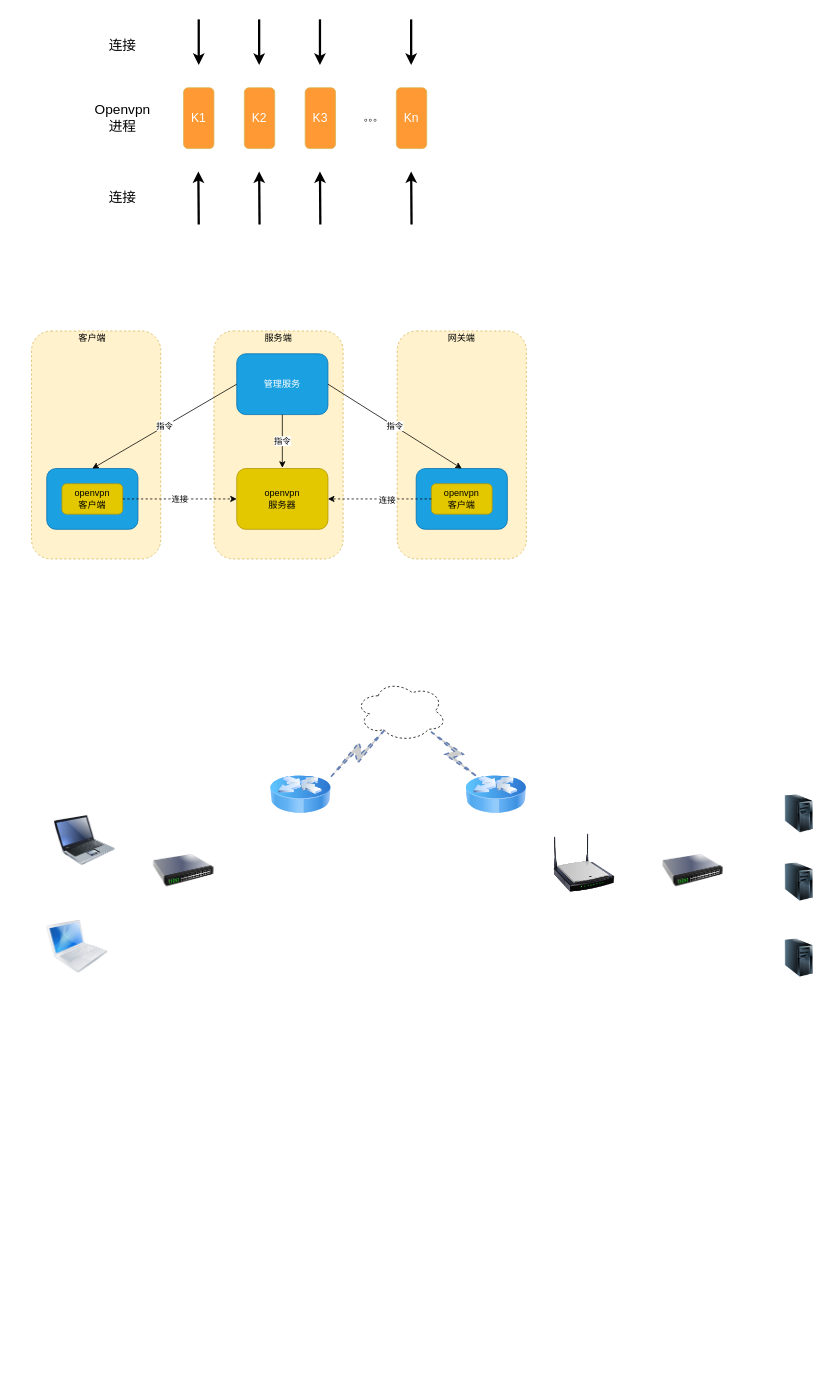
huhailong147/Test keeps this draw.io diagram as new device touch.drawio. Above is the earlier version. Source tidied: cells renumbered, new cells numbered last; positions are measured from the earlier drawing's top-left corner, leaving out a move shared by most shapes. Both pictures are drawn from the tidied source at 76%, with x=0, y=0 at pixel (31, 19).
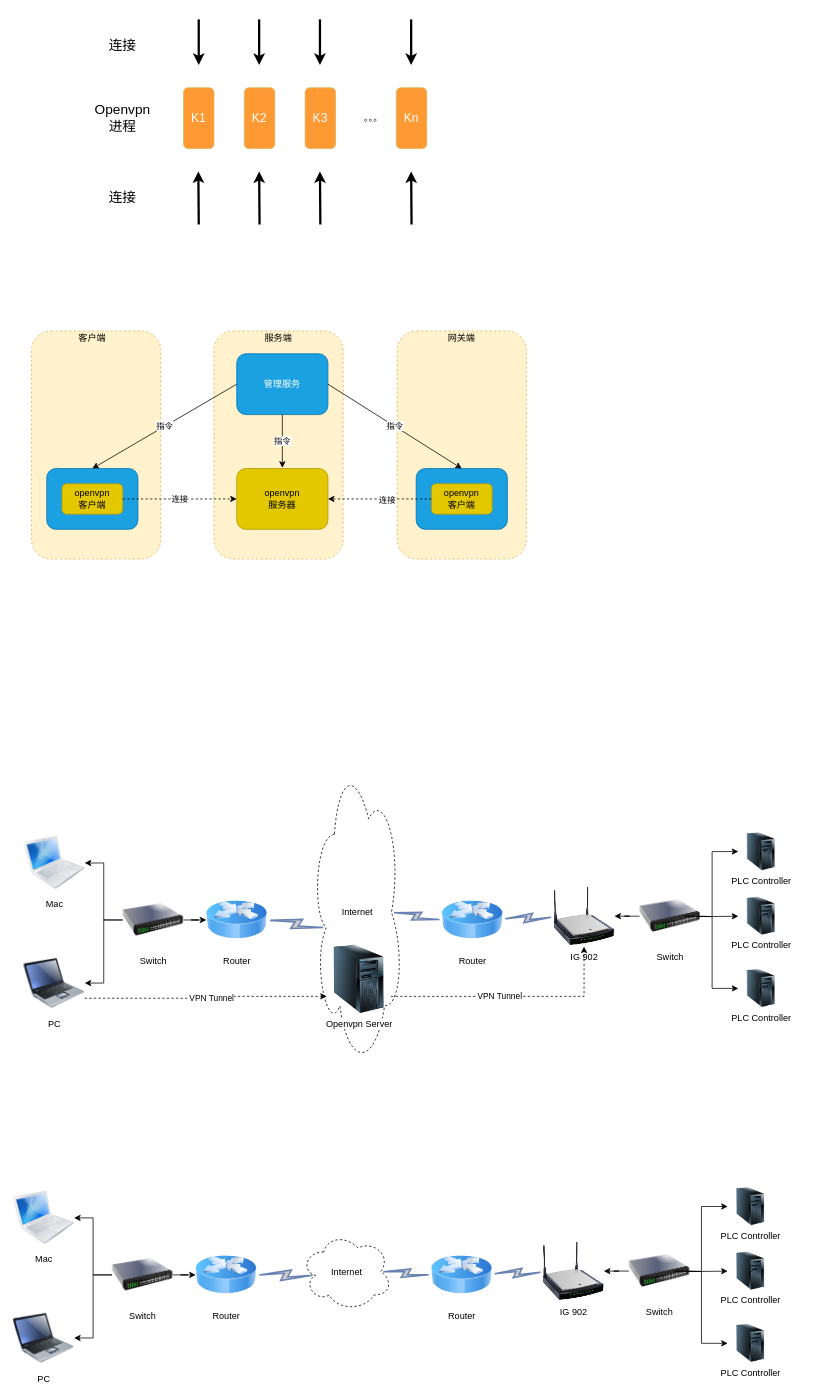
After the change.

The edit, as a diff of the source:
```diff
@@
+    <mxCell id="40" value="Internet" style="ellipse;shape=cloud;whiteSpace=wrap;html=1;dashed=1;fillColor=#FFFFFF;" parent="1" vertex="1">
+      <mxGeometry x="368.5" y="970" width="120" height="410" as="geometry" />
+    </mxCell>
@@
+    <mxCell id="49" style="edgeStyle=orthogonalEdgeStyle;rounded=0;jettySize=auto;html=1;strokeWidth=1;" parent="1" edge="1" source="36" target="39">
+      <mxGeometry relative="1" as="geometry" />
+    </mxCell>
+    <mxCell id="50" style="edgeStyle=orthogonalEdgeStyle;rounded=0;jettySize=auto;html=1;strokeWidth=1;" parent="1" edge="1" source="36" target="37">
+      <mxGeometry relative="1" as="geometry" />
+    </mxCell>
-    <mxCell id="36" style="image;html=1;image=img/lib/clip_art/networking/Switch_128x128.png;dashed=1;fillColor=#FFFFFF;" parent="1" vertex="1">
-      <mxGeometry x="160" y="1080" width="80" height="80" as="geometry" />
+    <mxCell id="36" value="Switch" style="image;html=1;image=img/lib/clip_art/networking/Switch_128x128.png;dashed=1;fillColor=#FFFFFF;" parent="1" vertex="1">
+      <mxGeometry x="120" y="1145" width="80" height="80" as="geometry" />
     </mxCell>
-    <mxCell id="37" style="image;html=1;image=img/lib/clip_art/networking/Router_Icon_128x128.png;dashed=1;fillColor=#FFFFFF;" parent="1" vertex="1">
-      <mxGeometry x="314" y="980" width="80" height="80" as="geometry" />
+    <mxCell id="37" value="Router" style="image;html=1;image=img/lib/clip_art/networking/Router_Icon_128x128.png;dashed=1;fillColor=#FFFFFF;" parent="1" vertex="1">
+      <mxGeometry x="230" y="1145" width="80" height="80" as="geometry" />
     </mxCell>
+    <mxCell id="51" style="edgeStyle=orthogonalEdgeStyle;rounded=0;jettySize=auto;html=1;entryX=0;entryY=0.75;entryDx=0;entryDy=0;dashed=1;strokeWidth=1;exitX=1;exitY=0.75;exitDx=0;exitDy=0;" parent="1" edge="1" source="38" target="63">
+      <mxGeometry relative="1" as="geometry" />
+    </mxCell>
+    <mxCell id="52" value="VPN Tunnel" style="edgeLabel;html=1;align=center;verticalAlign=middle;" parent="51" vertex="1">
+      <mxGeometry x="0.05" y="-1" relative="1" as="geometry">
+        <mxPoint y="1" as="offset" />
+      </mxGeometry>
+    </mxCell>
-    <mxCell id="38" style="image;html=1;image=img/lib/clip_art/computers/Laptop_128x128.png;dashed=1;fillColor=#FFFFFF;" parent="1" vertex="1">
-      <mxGeometry x="30" y="1040" width="80" height="80" as="geometry" />
+    <mxCell id="38" value="PC" style="image;html=1;image=img/lib/clip_art/computers/Laptop_128x128.png;dashed=1;fillColor=#FFFFFF;" parent="1" vertex="1">
+      <mxGeometry x="-10" y="1228" width="80" height="80" as="geometry" />
     </mxCell>
-    <mxCell id="39" style="image;html=1;image=img/lib/clip_art/computers/MacBook_128x128.png;dashed=1;fillColor=#FFFFFF;" parent="1" vertex="1">
-      <mxGeometry x="20" y="1180" width="80" height="80" as="geometry" />
+    <mxCell id="39" value="Mac" style="image;html=1;image=img/lib/clip_art/computers/MacBook_128x128.png;dashed=1;fillColor=#FFFFFF;" parent="1" vertex="1">
+      <mxGeometry x="-10" y="1070" width="80" height="80" as="geometry" />
     </mxCell>
-    <mxCell id="40" style="ellipse;shape=cloud;whiteSpace=wrap;html=1;dashed=1;fillColor=#FFFFFF;" parent="1" vertex="1">
-      <mxGeometry x="426.1" y="870" width="120" height="80" as="geometry" />
-    </mxCell>
-    <mxCell id="41" style="image;html=1;image=img/lib/clip_art/networking/Router_Icon_128x128.png;dashed=1;fillColor=#FFFFFF;" parent="1" vertex="1">
-      <mxGeometry x="571.1" y="980" width="80" height="80" as="geometry" />
+    <mxCell id="41" value="Router" style="image;html=1;image=img/lib/clip_art/networking/Router_Icon_128x128.png;dashed=1;fillColor=#FFFFFF;" parent="1" vertex="1">
+      <mxGeometry x="540" y="1145" width="80" height="80" as="geometry" />
     </mxCell>
-    <mxCell id="42" style="image;html=1;image=img/lib/clip_art/networking/Wireless_Router_N_128x128.png;dashed=1;fillColor=#FFFFFF;" parent="1" vertex="1">
-      <mxGeometry x="687" y="1070" width="80" height="80" as="geometry" />
+    <mxCell id="42" value="IG 902" style="image;html=1;image=img/lib/clip_art/networking/Wireless_Router_N_128x128.png;dashed=1;fillColor=#FFFFFF;" parent="1" vertex="1">
+      <mxGeometry x="687" y="1140" width="80" height="80" as="geometry" />
     </mxCell>
-    <mxCell id="43" style="image;html=1;image=img/lib/clip_art/computers/Server_Tower_128x128.png;dashed=1;fillColor=#FFFFFF;" parent="1" vertex="1">
-      <mxGeometry x="980" y="1020" width="60" height="50" as="geometry" />
+    <mxCell id="43" value="PLC Controller" style="image;html=1;image=img/lib/clip_art/computers/Server_Tower_128x128.png;dashed=1;fillColor=#FFFFFF;" parent="1" vertex="1">
+      <mxGeometry x="930" y="1070" width="60" height="50" as="geometry" />
     </mxCell>
+    <mxCell id="53" style="edgeStyle=orthogonalEdgeStyle;rounded=0;jettySize=auto;html=1;entryX=0;entryY=0.5;entryDx=0;entryDy=0;strokeWidth=1;" parent="1" edge="1" target="43">
+      <mxGeometry relative="1" as="geometry">
+        <mxPoint x="860" y="1180" as="sourcePoint" />
+      </mxGeometry>
+    </mxCell>
+    <mxCell id="54" style="edgeStyle=orthogonalEdgeStyle;rounded=0;jettySize=auto;html=1;entryX=1;entryY=0.5;entryDx=0;entryDy=0;strokeWidth=1;" parent="1" edge="1" source="44" target="42">
+      <mxGeometry relative="1" as="geometry" />
+    </mxCell>
-    <mxCell id="44" style="image;html=1;image=img/lib/clip_art/networking/Switch_128x128.png;dashed=1;fillColor=#FFFFFF;" parent="1" vertex="1">
-      <mxGeometry x="830" y="1080" width="80" height="80" as="geometry" />
+    <mxCell id="44" value="Switch" style="image;html=1;image=img/lib/clip_art/networking/Switch_128x128.png;dashed=1;fillColor=#FFFFFF;" parent="1" vertex="1">
+      <mxGeometry x="800" y="1140" width="80" height="80" as="geometry" />
     </mxCell>
-    <mxCell id="45" style="html=1;outlineConnect=0;fillColor=#CCCCCC;strokeColor=#6881B3;gradientColor=none;gradientDirection=north;strokeWidth=2;shape=mxgraph.networks.comm_link_edge;html=1;dashed=1;" parent="1" edge="1">
-      <mxGeometry relative="1" as="geometry">
-        <mxPoint x="390" y="1000" as="sourcePoint" />
-        <mxPoint x="470" y="930" as="targetPoint" />
-      </mxGeometry>
-    </mxCell>
-    <mxCell id="46" style="html=1;outlineConnect=0;fillColor=#CCCCCC;strokeColor=#6881B3;gradientColor=none;gradientDirection=north;strokeWidth=2;shape=mxgraph.networks.comm_link_edge;html=1;dashed=1;exitX=0.8;exitY=0.8;exitDx=0;exitDy=0;exitPerimeter=0;" parent="1" edge="1" source="40">
-      <mxGeometry relative="1" as="geometry">
-        <mxPoint x="590" y="1000" as="targetPoint" />
-        <Array as="points">
-          <mxPoint x="540" y="946" />
-        </Array>
-      </mxGeometry>
-    </mxCell>
-    <mxCell id="47" style="image;html=1;image=img/lib/clip_art/computers/Server_Tower_128x128.png;dashed=1;fillColor=#FFFFFF;" parent="1" vertex="1">
-      <mxGeometry x="980" y="1110" width="60" height="50" as="geometry" />
+    <mxCell id="47" value="PLC Controller" style="image;html=1;image=img/lib/clip_art/computers/Server_Tower_128x128.png;dashed=1;fillColor=#FFFFFF;" parent="1" vertex="1">
+      <mxGeometry x="930" y="1155" width="60" height="50" as="geometry" />
     </mxCell>
-    <mxCell id="48" style="image;html=1;image=img/lib/clip_art/computers/Server_Tower_128x128.png;dashed=1;fillColor=#FFFFFF;" parent="1" vertex="1">
-      <mxGeometry x="980" y="1210" width="60" height="50" as="geometry" />
+    <mxCell id="48" value="PLC Controller" style="image;html=1;image=img/lib/clip_art/computers/Server_Tower_128x128.png;dashed=1;fillColor=#FFFFFF;" parent="1" vertex="1">
+      <mxGeometry x="930" y="1250" width="60" height="50" as="geometry" />
     </mxCell>
+    <mxCell id="55" style="edgeStyle=orthogonalEdgeStyle;rounded=0;jettySize=auto;html=1;strokeWidth=1;entryX=1;entryY=0.5;entryDx=0;entryDy=0;" parent="1" edge="1" source="36" target="38">
+      <mxGeometry relative="1" as="geometry" />
+    </mxCell>
+    <mxCell id="56" style="edgeStyle=orthogonalEdgeStyle;rounded=0;jettySize=auto;html=1;strokeWidth=1;" parent="1" edge="1" target="47">
+      <mxGeometry relative="1" as="geometry">
+        <mxPoint x="860" y="1180" as="sourcePoint" />
+      </mxGeometry>
+    </mxCell>
+    <mxCell id="57" style="edgeStyle=orthogonalEdgeStyle;rounded=0;jettySize=auto;html=1;strokeWidth=1;entryX=0;entryY=0.5;entryDx=0;entryDy=0;" parent="1" edge="1" target="48">
+      <mxGeometry relative="1" as="geometry">
+        <mxPoint x="860" y="1180" as="sourcePoint" />
+      </mxGeometry>
+    </mxCell>
+    <mxCell id="58" style="html=1;outlineConnect=0;fillColor=#CCCCCC;strokeColor=#6881B3;gradientColor=none;gradientDirection=north;strokeWidth=2;shape=mxgraph.networks.comm_link_edge;html=1;" parent="1" edge="1" source="41" target="42">
+      <mxGeometry relative="1" as="geometry" />
+    </mxCell>
+    <mxCell id="59" style="html=1;outlineConnect=0;fillColor=#CCCCCC;strokeColor=#6881B3;gradientColor=none;gradientDirection=north;strokeWidth=2;shape=mxgraph.networks.comm_link_edge;html=1;entryX=0.16;entryY=0.55;entryDx=0;entryDy=0;entryPerimeter=0;exitX=1;exitY=0.5;exitDx=0;exitDy=0;" parent="1" edge="1" source="37" target="40">
+      <mxGeometry relative="1" as="geometry" />
+    </mxCell>
+    <mxCell id="60" style="html=1;outlineConnect=0;fillColor=#CCCCCC;strokeColor=#6881B3;gradientColor=none;gradientDirection=north;strokeWidth=2;shape=mxgraph.networks.comm_link_edge;html=1;entryX=0;entryY=0.5;entryDx=0;entryDy=0;exitX=0.875;exitY=0.5;exitDx=0;exitDy=0;exitPerimeter=0;" parent="1" edge="1" source="40" target="41">
+      <mxGeometry relative="1" as="geometry" />
+    </mxCell>
+    <mxCell id="61" style="edgeStyle=orthogonalEdgeStyle;rounded=0;jettySize=auto;html=1;entryX=0.5;entryY=1;entryDx=0;entryDy=0;dashed=1;strokeWidth=1;exitX=1;exitY=0.75;exitDx=0;exitDy=0;" parent="1" edge="1" source="63" target="42">
+      <mxGeometry relative="1" as="geometry" />
+    </mxCell>
+    <mxCell id="62" value="VPN Tunnel" style="edgeLabel;html=1;align=center;verticalAlign=middle;" parent="61" vertex="1">
+      <mxGeometry x="-0.11" y="2" relative="1" as="geometry">
+        <mxPoint y="1" as="offset" />
+      </mxGeometry>
+    </mxCell>
+    <mxCell id="63" value="Openvpn Server" style="image;html=1;image=img/lib/clip_art/computers/Server_Tower_128x128.png;dashed=1;fillColor=#FFFFFF;" parent="1" vertex="1">
+      <mxGeometry x="388.5" y="1218" width="84.5" height="90" as="geometry" />
+    </mxCell>
+    <mxCell id="64" value="Internet" style="ellipse;shape=cloud;whiteSpace=wrap;html=1;dashed=1;fillColor=#FFFFFF;" parent="1" vertex="1">
+      <mxGeometry x="354.5" y="1596" width="120" height="103" as="geometry" />
+    </mxCell>
+    <mxCell id="65" style="edgeStyle=orthogonalEdgeStyle;rounded=0;jettySize=auto;html=1;strokeWidth=1;" parent="1" edge="1" source="67" target="70">
+      <mxGeometry relative="1" as="geometry" />
+    </mxCell>
+    <mxCell id="66" style="edgeStyle=orthogonalEdgeStyle;rounded=0;jettySize=auto;html=1;strokeWidth=1;" parent="1" edge="1" source="67" target="68">
+      <mxGeometry relative="1" as="geometry" />
+    </mxCell>
+    <mxCell id="67" value="Switch" style="image;html=1;image=img/lib/clip_art/networking/Switch_128x128.png;dashed=1;fillColor=#FFFFFF;" parent="1" vertex="1">
+      <mxGeometry x="106" y="1612" width="80" height="80" as="geometry" />
+    </mxCell>
+    <mxCell id="68" value="Router" style="image;html=1;image=img/lib/clip_art/networking/Router_Icon_128x128.png;dashed=1;fillColor=#FFFFFF;" parent="1" vertex="1">
+      <mxGeometry x="216" y="1612" width="80" height="80" as="geometry" />
+    </mxCell>
+    <mxCell id="69" value="PC" style="image;html=1;image=img/lib/clip_art/computers/Laptop_128x128.png;dashed=1;fillColor=#FFFFFF;" parent="1" vertex="1">
+      <mxGeometry x="-24" y="1695" width="80" height="80" as="geometry" />
+    </mxCell>
+    <mxCell id="70" value="Mac" style="image;html=1;image=img/lib/clip_art/computers/MacBook_128x128.png;dashed=1;fillColor=#FFFFFF;" parent="1" vertex="1">
+      <mxGeometry x="-24" y="1537" width="80" height="80" as="geometry" />
+    </mxCell>
+    <mxCell id="71" value="Router" style="image;html=1;image=img/lib/clip_art/networking/Router_Icon_128x128.png;dashed=1;fillColor=#FFFFFF;" parent="1" vertex="1">
+      <mxGeometry x="526" y="1612" width="80" height="80" as="geometry" />
+    </mxCell>
+    <mxCell id="72" value="IG 902" style="image;html=1;image=img/lib/clip_art/networking/Wireless_Router_N_128x128.png;dashed=1;fillColor=#FFFFFF;" parent="1" vertex="1">
+      <mxGeometry x="673" y="1607" width="80" height="80" as="geometry" />
+    </mxCell>
+    <mxCell id="73" value="PLC Controller" style="image;html=1;image=img/lib/clip_art/computers/Server_Tower_128x128.png;dashed=1;fillColor=#FFFFFF;" parent="1" vertex="1">
+      <mxGeometry x="916" y="1537" width="60" height="50" as="geometry" />
+    </mxCell>
+    <mxCell id="74" style="edgeStyle=orthogonalEdgeStyle;rounded=0;jettySize=auto;html=1;entryX=0;entryY=0.5;entryDx=0;entryDy=0;strokeWidth=1;" parent="1" edge="1" target="73">
+      <mxGeometry relative="1" as="geometry">
+        <mxPoint x="846" y="1647" as="sourcePoint" />
+      </mxGeometry>
+    </mxCell>
+    <mxCell id="75" style="edgeStyle=orthogonalEdgeStyle;rounded=0;jettySize=auto;html=1;entryX=1;entryY=0.5;entryDx=0;entryDy=0;strokeWidth=1;" parent="1" edge="1" source="76" target="72">
+      <mxGeometry relative="1" as="geometry" />
+    </mxCell>
+    <mxCell id="76" value="Switch" style="image;html=1;image=img/lib/clip_art/networking/Switch_128x128.png;dashed=1;fillColor=#FFFFFF;" parent="1" vertex="1">
+      <mxGeometry x="786" y="1607" width="80" height="80" as="geometry" />
+    </mxCell>
+    <mxCell id="77" value="PLC Controller" style="image;html=1;image=img/lib/clip_art/computers/Server_Tower_128x128.png;dashed=1;fillColor=#FFFFFF;" parent="1" vertex="1">
+      <mxGeometry x="916" y="1622" width="60" height="50" as="geometry" />
+    </mxCell>
+    <mxCell id="78" value="PLC Controller" style="image;html=1;image=img/lib/clip_art/computers/Server_Tower_128x128.png;dashed=1;fillColor=#FFFFFF;" parent="1" vertex="1">
+      <mxGeometry x="916" y="1717" width="60" height="50" as="geometry" />
+    </mxCell>
+    <mxCell id="79" style="edgeStyle=orthogonalEdgeStyle;rounded=0;jettySize=auto;html=1;strokeWidth=1;entryX=1;entryY=0.5;entryDx=0;entryDy=0;" parent="1" edge="1" source="67" target="69">
+      <mxGeometry relative="1" as="geometry" />
+    </mxCell>
+    <mxCell id="80" style="edgeStyle=orthogonalEdgeStyle;rounded=0;jettySize=auto;html=1;strokeWidth=1;" parent="1" edge="1" target="77">
+      <mxGeometry relative="1" as="geometry">
+        <mxPoint x="846" y="1647" as="sourcePoint" />
+      </mxGeometry>
+    </mxCell>
+    <mxCell id="81" style="edgeStyle=orthogonalEdgeStyle;rounded=0;jettySize=auto;html=1;strokeWidth=1;entryX=0;entryY=0.5;entryDx=0;entryDy=0;" parent="1" edge="1" target="78">
+      <mxGeometry relative="1" as="geometry">
+        <mxPoint x="846" y="1647" as="sourcePoint" />
+      </mxGeometry>
+    </mxCell>
+    <mxCell id="82" style="html=1;outlineConnect=0;fillColor=#CCCCCC;strokeColor=#6881B3;gradientColor=none;gradientDirection=north;strokeWidth=2;shape=mxgraph.networks.comm_link_edge;html=1;" parent="1" edge="1" source="71" target="72">
+      <mxGeometry relative="1" as="geometry" />
+    </mxCell>
+    <mxCell id="83" style="html=1;outlineConnect=0;fillColor=#CCCCCC;strokeColor=#6881B3;gradientColor=none;gradientDirection=north;strokeWidth=2;shape=mxgraph.networks.comm_link_edge;html=1;entryX=0.16;entryY=0.55;entryDx=0;entryDy=0;entryPerimeter=0;exitX=1;exitY=0.5;exitDx=0;exitDy=0;" parent="1" edge="1" source="68" target="64">
+      <mxGeometry relative="1" as="geometry" />
+    </mxCell>
+    <mxCell id="84" style="html=1;outlineConnect=0;fillColor=#CCCCCC;strokeColor=#6881B3;gradientColor=none;gradientDirection=north;strokeWidth=2;shape=mxgraph.networks.comm_link_edge;html=1;entryX=0;entryY=0.5;entryDx=0;entryDy=0;exitX=0.875;exitY=0.5;exitDx=0;exitDy=0;exitPerimeter=0;" parent="1" edge="1" source="64" target="71">
+      <mxGeometry relative="1" as="geometry" />
+    </mxCell>
```
